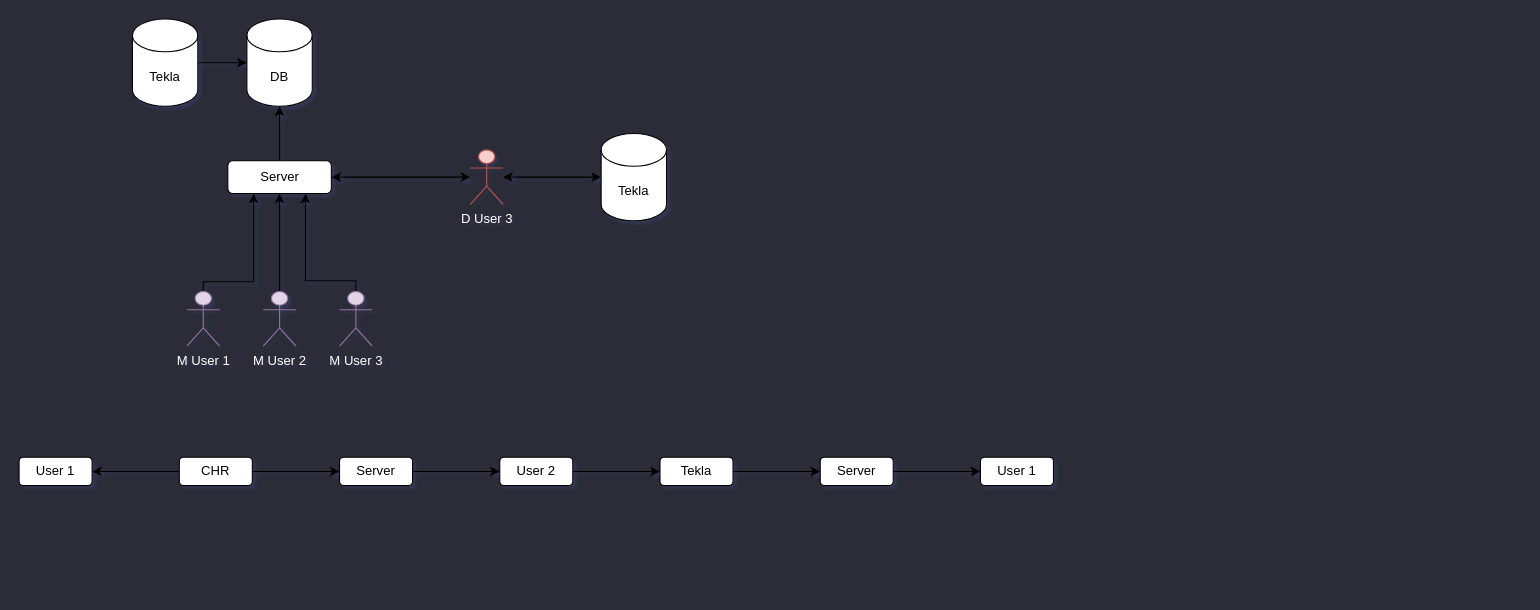
Before: Untitled Diagram.drawio in claudiu-deving/claudiu-deving, a draw.io diagram. Source tidied: cells renumbered, new cells numbered last; positions are measured from the earlier drawing's top-left corner, leaving out a move shared by most shapes. Both pictures are drawn from the tidied source at 109%, with x=0, y=0 at pixel (19, 19).
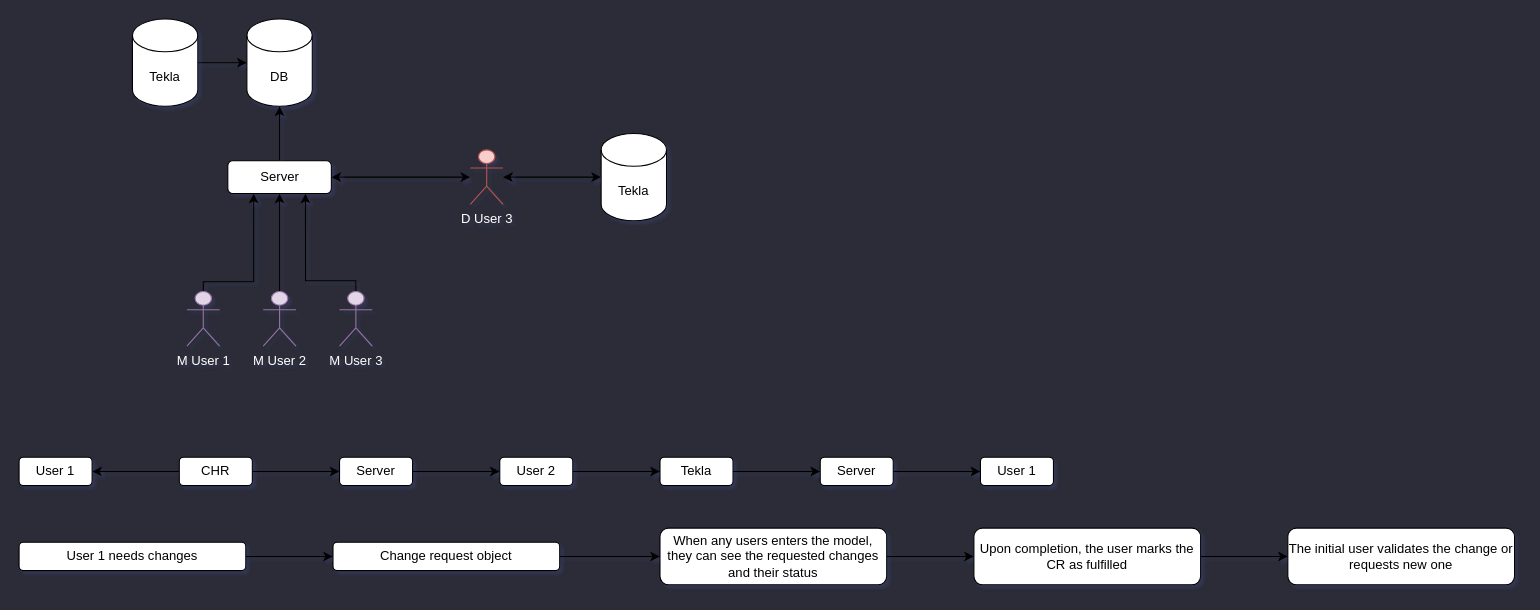
The same diagram, later.

What changed in the source:
```diff
@@
+    <mxCell id="30" style="edgeStyle=orthogonalEdgeStyle;rounded=0;jettySize=auto;html=1;" parent="1" edge="1" source="31" target="33">
+      <mxGeometry relative="1" as="geometry" />
+    </mxCell>
+    <mxCell id="31" value="User 1 needs changes" style="rounded=1;whiteSpace=wrap;html=1;" parent="1" vertex="1">
+      <mxGeometry y="480" width="208" height="26" as="geometry" />
+    </mxCell>
+    <mxCell id="32" style="edgeStyle=orthogonalEdgeStyle;rounded=0;jettySize=auto;html=1;" parent="1" edge="1" source="33" target="35">
+      <mxGeometry relative="1" as="geometry" />
+    </mxCell>
+    <mxCell id="33" value="Change request object" style="rounded=1;whiteSpace=wrap;html=1;" parent="1" vertex="1">
+      <mxGeometry x="288" y="480" width="208" height="26" as="geometry" />
+    </mxCell>
+    <mxCell id="34" style="edgeStyle=orthogonalEdgeStyle;rounded=0;jettySize=auto;html=1;" parent="1" edge="1" source="35" target="37">
+      <mxGeometry relative="1" as="geometry" />
+    </mxCell>
+    <mxCell id="35" value="When any users enters the model, they can see the requested changes and their status" style="rounded=1;whiteSpace=wrap;html=1;" parent="1" vertex="1">
+      <mxGeometry x="588" y="467" width="208" height="52" as="geometry" />
+    </mxCell>
+    <mxCell id="36" style="edgeStyle=orthogonalEdgeStyle;rounded=0;jettySize=auto;html=1;" parent="1" edge="1" source="37" target="38">
+      <mxGeometry relative="1" as="geometry" />
+    </mxCell>
+    <mxCell id="37" value="Upon completion, the user marks the CR as fulfilled" style="rounded=1;whiteSpace=wrap;html=1;" parent="1" vertex="1">
+      <mxGeometry x="876" y="467" width="208" height="52" as="geometry" />
+    </mxCell>
+    <mxCell id="38" value="The initial user validates the change or requests new one" style="rounded=1;whiteSpace=wrap;html=1;" parent="1" vertex="1">
+      <mxGeometry x="1164" y="467" width="208" height="52" as="geometry" />
+    </mxCell>
```
